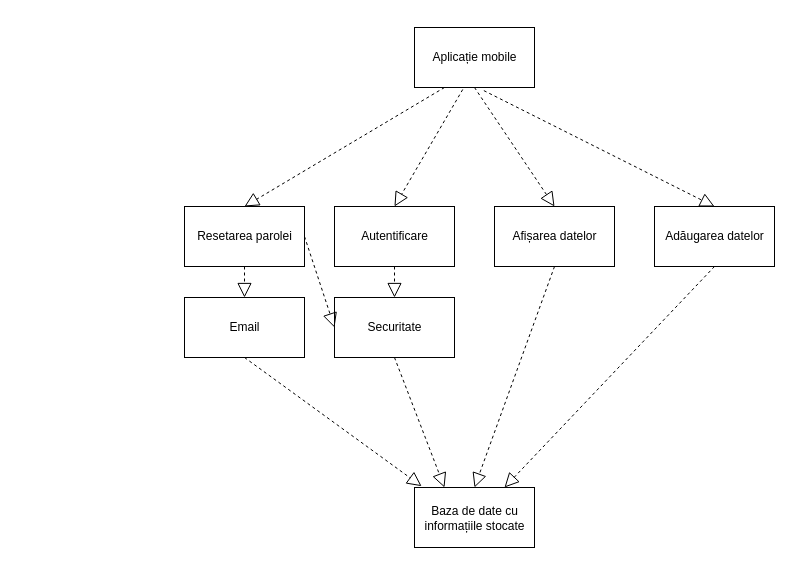
Above: URSAN_BERNADETA/Proiect/Components.drawio in diercan/PSSC-2019 (draw.io), before the change. Source tidied: cells renumbered, new cells numbered last; positions are measured from the earlier drawing's top-left corner, leaving out a move shared by most shapes. Both pictures are drawn from the tidied source at 100%, with x=0, y=0 at pixel (184, 27).
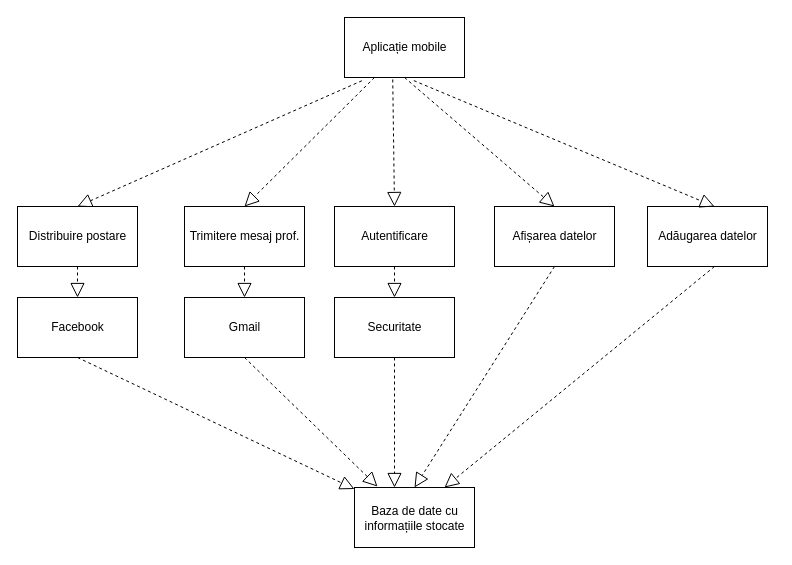
The same diagram, later.

The change refers to these unchanged cells:
```xml
<mxCell id="19" style="rounded=0;whiteSpace=wrap;html=1;" parent="1" vertex="1">
  <mxGeometry x="150" y="270" width="120" height="60" as="geometry" />
</mxCell>
<mxCell id="21" style="rounded=0;whiteSpace=wrap;html=1;" parent="1" vertex="1">
  <mxGeometry y="179" width="120" height="60" as="geometry" />
</mxCell>
<mxCell id="24" style="rounded=0;whiteSpace=wrap;html=1;" parent="1" vertex="1">
  <mxGeometry y="270" width="120" height="60" as="geometry" />
</mxCell>
```

Change to the diagram source:
```diff
@@
     <mxCell id="2" style="rounded=0;whiteSpace=wrap;html=1;" parent="1" vertex="1">
-      <mxGeometry x="230" y="460" width="120" height="60" as="geometry" />
+      <mxGeometry x="170" y="460" width="120" height="60" as="geometry" />
     </mxCell>
     <mxCell id="3" style="rounded=0;whiteSpace=wrap;html=1;" parent="1" vertex="1">
-      <mxGeometry x="230" width="120" height="60" as="geometry" />
+      <mxGeometry x="160" y="-10" width="120" height="60" as="geometry" />
     </mxCell>
     <mxCell id="4" value="Aplicație mobile" style="text;html=1;align=center;verticalAlign=middle;fillColor=none;strokeColor=none;rounded=0;" parent="1" vertex="1">
-      <mxGeometry x="240" y="20" width="100" height="20" as="geometry" />
+      <mxGeometry x="170" y="10" width="100" height="20" as="geometry" />
     </mxCell>
     <mxCell id="5" value="Baza de date cu" style="text;html=1;align=center;verticalAlign=middle;fillColor=none;strokeColor=none;rounded=0;" parent="1" vertex="1">
-      <mxGeometry x="240" y="474" width="100" height="20" as="geometry" />
+      <mxGeometry x="180" y="474" width="100" height="20" as="geometry" />
     </mxCell>
     <mxCell id="6" value="informațiile stocate" style="text;html=1;align=center;verticalAlign=middle;fillColor=none;strokeColor=none;rounded=0;" parent="1" vertex="1">
-      <mxGeometry x="230" y="489" width="120" height="20" as="geometry" />
+      <mxGeometry x="170" y="489" width="120" height="20" as="geometry" />
     </mxCell>
@@
     <mxCell id="11" style="rounded=0;whiteSpace=wrap;html=1;" parent="1" vertex="1">
-      <mxGeometry x="470" y="179" width="120" height="60" as="geometry" />
+      <mxGeometry x="463" y="179" width="120" height="60" as="geometry" />
     </mxCell>
@@
-    <mxCell id="14" style="endArrow=block;dashed=1;endFill=0;endSize=12;html=1;entryX=0.75;entryY=0;entryDx=0;entryDy=0;exitX=0.5;exitY=1;exitDx=0;exitDy=0;" parent="1" edge="1" source="11" target="2">
-      <mxGeometry relative="1" as="geometry" />
+    <mxCell id="14" style="endArrow=block;dashed=1;endFill=0;endSize=12;html=1;entryX=0.75;entryY=0;entryDx=0;entryDy=0;exitX=0.5;exitY=1;exitDx=0;exitDy=0;" parent="1" edge="1" target="2">
+      <mxGeometry relative="1" as="geometry">
+        <mxPoint x="530" y="239" as="sourcePoint" />
+      </mxGeometry>
     </mxCell>
@@
     <mxCell id="16" value="Adăugarea datelor" style="text;html=1;align=center;verticalAlign=middle;fillColor=none;strokeColor=none;rounded=0;" parent="1" vertex="1">
-      <mxGeometry x="475" y="199" width="110" height="20" as="geometry" />
+      <mxGeometry x="468" y="199" width="110" height="20" as="geometry" />
     </mxCell>
@@
-    <mxCell id="18" style="endArrow=block;dashed=1;endFill=0;endSize=12;html=1;entryX=0.5;entryY=0;entryDx=0;entryDy=0;exitX=0.578;exitY=1.052;exitDx=0;exitDy=0;exitPerimeter=0;" parent="1" edge="1" source="3" target="11">
-      <mxGeometry relative="1" as="geometry" />
+    <mxCell id="18" style="endArrow=block;dashed=1;endFill=0;endSize=12;html=1;entryX=0.5;entryY=0;entryDx=0;entryDy=0;exitX=0.578;exitY=1.052;exitDx=0;exitDy=0;exitPerimeter=0;" parent="1" edge="1" source="3">
+      <mxGeometry relative="1" as="geometry">
+        <mxPoint x="530" y="179" as="targetPoint" />
+      </mxGeometry>
     </mxCell>
@@
-    <mxCell id="22" value="Resetarea parolei" style="text;html=1;align=center;verticalAlign=middle;fillColor=none;strokeColor=none;rounded=0;" parent="1" vertex="1">
-      <mxGeometry x="5" y="199" width="110" height="20" as="geometry" />
+    <mxCell id="22" value="Trimitere mesaj prof." style="text;html=1;align=center;verticalAlign=middle;fillColor=none;strokeColor=none;rounded=0;" parent="1" vertex="1">
+      <mxGeometry y="199" width="120" height="20" as="geometry" />
     </mxCell>
-    <mxCell id="23" style="endArrow=block;dashed=1;endFill=0;endSize=12;html=1;entryX=0.25;entryY=0;entryDx=0;entryDy=0;exitX=0.5;exitY=1;exitDx=0;exitDy=0;" parent="1" edge="1" source="19" target="2">
-      <mxGeometry relative="1" as="geometry" />
+    <mxCell id="23" style="endArrow=block;dashed=1;endFill=0;endSize=12;html=1;exitX=0.5;exitY=1;exitDx=0;exitDy=0;" parent="1" edge="1" source="19">
+      <mxGeometry relative="1" as="geometry">
+        <mxPoint x="210" y="460" as="targetPoint" />
+      </mxGeometry>
     </mxCell>
@@
-    <mxCell id="25" value="Email" style="text;html=1;align=center;verticalAlign=middle;fillColor=none;strokeColor=none;rounded=0;" parent="1" vertex="1">
+    <mxCell id="25" value="Gmail" style="text;html=1;align=center;verticalAlign=middle;fillColor=none;strokeColor=none;rounded=0;" parent="1" vertex="1">
       <mxGeometry x="35" y="290" width="50" height="20" as="geometry" />
     </mxCell>
@@
-    <mxCell id="27" style="endArrow=block;dashed=1;endFill=0;endSize=12;html=1;exitX=1;exitY=0.5;exitDx=0;exitDy=0;entryX=0;entryY=0.5;entryDx=0;entryDy=0;" parent="1" edge="1" source="21" target="19">
-      <mxGeometry relative="1" as="geometry" />
-    </mxCell>
-    <mxCell id="28" style="endArrow=block;dashed=1;endFill=0;endSize=12;html=1;exitX=0.5;exitY=1;exitDx=0;exitDy=0;entryX=0.059;entryY=-0.022;entryDx=0;entryDy=0;entryPerimeter=0;" parent="1" edge="1" source="24" target="2">
-      <mxGeometry relative="1" as="geometry" />
+    <mxCell id="28" style="endArrow=block;dashed=1;endFill=0;endSize=12;html=1;exitX=0.5;exitY=1;exitDx=0;exitDy=0;" parent="1" edge="1" source="24">
+      <mxGeometry relative="1" as="geometry">
+        <mxPoint x="193" y="459" as="targetPoint" />
+      </mxGeometry>
     </mxCell>
@@
+    <mxCell id="30" style="endArrow=block;dashed=1;endFill=0;endSize=12;html=1;exitX=0.145;exitY=1.054;exitDx=0;exitDy=0;exitPerimeter=0;" parent="1" edge="1" source="3">
+      <mxGeometry relative="1" as="geometry">
+        <mxPoint x="-107" y="179" as="targetPoint" />
+      </mxGeometry>
+    </mxCell>
+    <mxCell id="31" style="rounded=0;whiteSpace=wrap;html=1;" parent="1" vertex="1">
+      <mxGeometry x="-167" y="179" width="120" height="60" as="geometry" />
+    </mxCell>
+    <mxCell id="32" value="Distribuire postare" style="text;html=1;align=center;verticalAlign=middle;fillColor=none;strokeColor=none;rounded=0;" parent="1" vertex="1">
+      <mxGeometry x="-162" y="199" width="110" height="20" as="geometry" />
+    </mxCell>
+    <mxCell id="33" style="rounded=0;whiteSpace=wrap;html=1;" parent="1" vertex="1">
+      <mxGeometry x="-167" y="270" width="120" height="60" as="geometry" />
+    </mxCell>
+    <mxCell id="34" value="Facebook" style="text;html=1;align=center;verticalAlign=middle;fillColor=none;strokeColor=none;rounded=0;" parent="1" vertex="1">
+      <mxGeometry x="-142" y="290" width="70" height="20" as="geometry" />
+    </mxCell>
+    <mxCell id="35" style="endArrow=block;dashed=1;endFill=0;endSize=12;html=1;exitX=0.5;exitY=1;exitDx=0;exitDy=0;entryX=0.5;entryY=0;entryDx=0;entryDy=0;" parent="1" edge="1" target="33">
+      <mxGeometry relative="1" as="geometry">
+        <mxPoint x="-107" y="239" as="sourcePoint" />
+      </mxGeometry>
+    </mxCell>
+    <mxCell id="36" style="endArrow=block;dashed=1;endFill=0;endSize=12;html=1;exitX=0.5;exitY=1;exitDx=0;exitDy=0;" parent="1" edge="1" target="2">
+      <mxGeometry relative="1" as="geometry">
+        <mxPoint x="-107" y="330" as="sourcePoint" />
+      </mxGeometry>
+    </mxCell>
```
